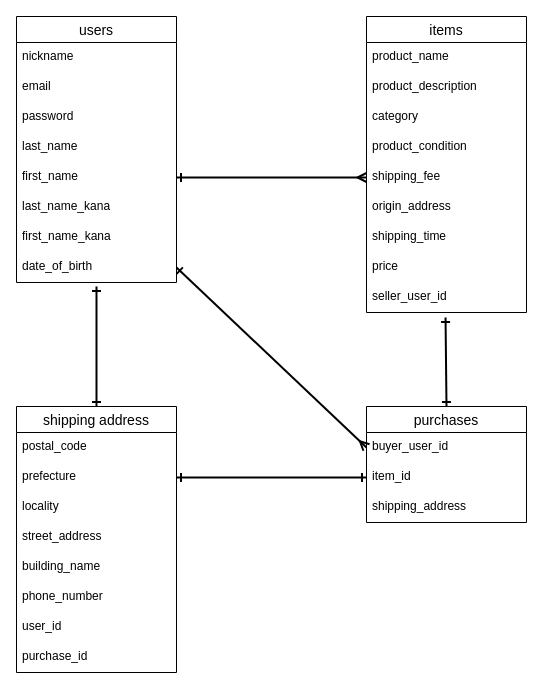
Above: furima.dio in takeuchi-tech/furima-39260 (draw.io), before the change. Source tidied: cells renumbered, new cells numbered last; positions are measured from the earlier drawing's top-left corner, leaving out a move shared by most shapes. Both pictures are drawn from the tidied source at 100%, with x=0, y=0 at pixel (16, 16).
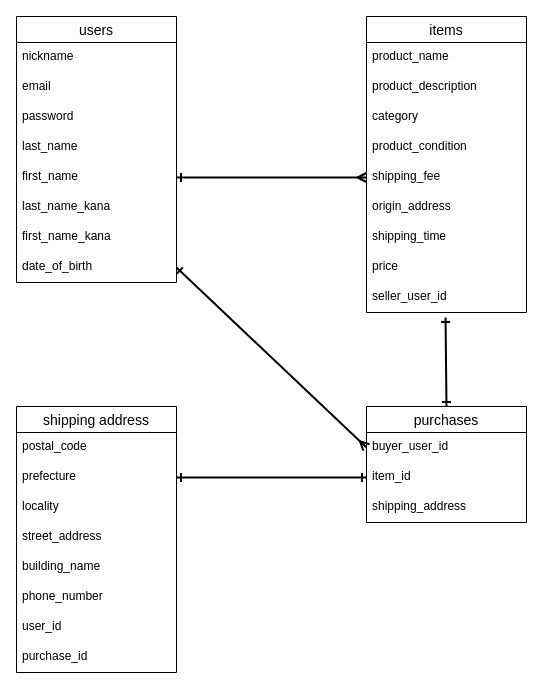
The same page after the edit.

Commit message (it also covers changes not shown here):
DB設計ー修正

Unchanged cells that the change refers to:
```xml
<mxCell id="22" value="shipping address" style="swimlane;fontStyle=0;horizontal=1;startSize=26;align=center;fontSize=14;" parent="1" vertex="1">
  <mxGeometry y="390" width="160" height="266" as="geometry" />
</mxCell>
```

What changed in the source:
```diff
@@
-    <mxCell id="21" style="edgeStyle=none;html=1;exitX=0.5;exitY=0;exitDx=0;exitDy=0;startArrow=ERone;startFill=0;endArrow=ERone;endFill=0;strokeWidth=2;" parent="1" edge="1" source="22">
-      <mxGeometry relative="1" as="geometry">
-        <mxPoint x="80" y="270" as="targetPoint" />
-      </mxGeometry>
-    </mxCell>
```
